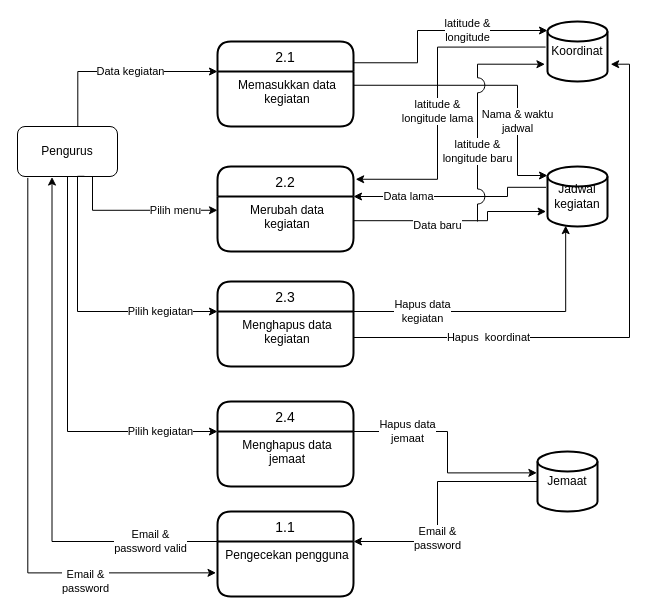
Before: page "DFD lvl 2 pengurus" (5 of 7) of DFD.drawio in Raymond-15/requirements, a draw.io diagram. Source tidied: cells renumbered, new cells numbered last; positions are measured from the earlier drawing's top-left corner, leaving out a move shared by most shapes. Both pictures are drawn from the tidied source at 100%, with x=0, y=0 at pixel (17, 21).
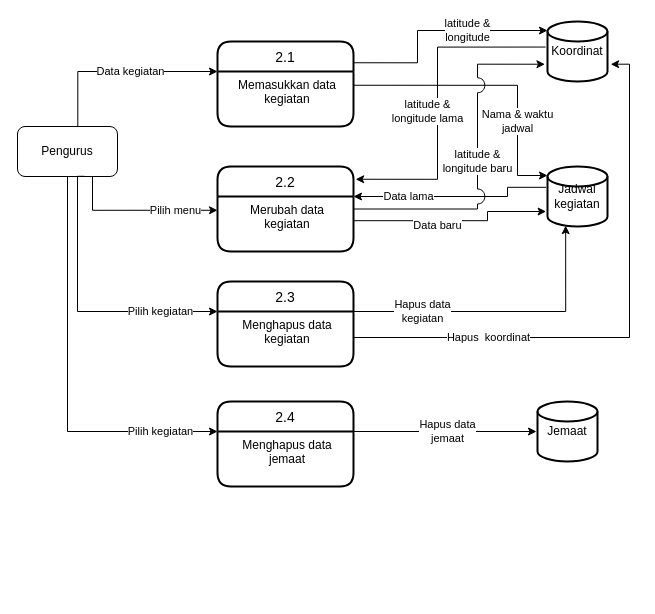
After the change.

The change refers to these unchanged cells:
```xml
<mxCell id="2" value="Pengurus" style="rounded=1;whiteSpace=wrap;html=1;" parent="1" vertex="1">
  <mxGeometry y="105" width="100" height="50" as="geometry" />
</mxCell>
<mxCell id="7" value="Koordinat" style="strokeWidth=2;html=1;shape=mxgraph.flowchart.database;whiteSpace=wrap;" parent="1" vertex="1">
  <mxGeometry x="530" width="60" height="60" as="geometry" />
</mxCell>
<mxCell id="11" value="2.2" style="swimlane;horizontal=1;startSize=30;rounded=1;fontSize=14;fontStyle=0;strokeWidth=2;shadow=0;dashed=0;align=center;verticalAlign=middle;" parent="1" vertex="1">
  <mxGeometry x="200" y="145" width="136" height="85" as="geometry" />
</mxCell>
<mxCell id="16" value="Menghapus data&#10;jemaat" style="align=center;strokeColor=none;fillColor=none;spacingLeft=4;fontSize=12;verticalAlign=top;" parent="15" vertex="1">
  <mxGeometry y="30" width="136" height="55" as="geometry" />
</mxCell>
```

The edit, as a diff of the source:
```diff
@@
-    <mxCell id="3" value="1.1" style="swimlane;horizontal=1;startSize=30;rounded=1;fontSize=14;fontStyle=0;strokeWidth=2;shadow=0;dashed=0;align=center;verticalAlign=middle;" parent="1" vertex="1">
-      <mxGeometry x="200" y="490" width="136" height="85" as="geometry" />
-    </mxCell>
-    <mxCell id="4" value="Pengecekan pengguna" style="align=center;strokeColor=none;fillColor=none;spacingLeft=4;fontSize=12;verticalAlign=top;" parent="3" vertex="1">
-      <mxGeometry y="30" width="136" height="55" as="geometry" />
-    </mxCell>
-    <mxCell id="5" value="Email &amp;amp;&lt;br&gt;password" style="edgeStyle=orthogonalEdgeStyle;rounded=0;jettySize=auto;html=1;entryX=1;entryY=0;entryDx=0;entryDy=0;exitX=0;exitY=0.5;exitDx=0;exitDy=0;exitPerimeter=0;" parent="1" edge="1" source="6" target="4">
-      <mxGeometry x="0.29" relative="1" as="geometry">
-        <Array as="points">
-          <mxPoint x="420" y="460" />
-          <mxPoint x="420" y="520" />
-        </Array>
-      </mxGeometry>
-    </mxCell>
     <mxCell id="6" value="Jemaat" style="strokeWidth=2;html=1;shape=mxgraph.flowchart.database;whiteSpace=wrap;" parent="1" vertex="1">
-      <mxGeometry x="520" y="430" width="60" height="60" as="geometry" />
+      <mxGeometry x="520" y="380" width="60" height="60" as="geometry" />
     </mxCell>
@@
-    <mxCell id="17" value="Email &amp;amp;&lt;br&gt;password" style="edgeStyle=orthogonalEdgeStyle;rounded=0;jettySize=auto;html=1;entryX=-0.011;entryY=0.57;entryDx=0;entryDy=0;entryPerimeter=0;exitX=0.103;exitY=1.027;exitDx=0;exitDy=0;exitPerimeter=0;" parent="1" edge="1" source="2" target="4">
-      <mxGeometry x="0.55" y="-9" relative="1" as="geometry">
-        <Array as="points">
-          <mxPoint x="10" y="551" />
-        </Array>
-        <mxPoint x="1" as="offset" />
-      </mxGeometry>
-    </mxCell>
-    <mxCell id="18" value="Email &amp;amp;&lt;br&gt;password valid" style="edgeStyle=orthogonalEdgeStyle;rounded=0;jettySize=auto;html=1;startArrow=classic;startFill=1;endArrow=none;endFill=0;exitX=0.345;exitY=1.011;exitDx=0;exitDy=0;entryX=0;entryY=0;entryDx=0;entryDy=0;exitPerimeter=0;" parent="1" edge="1" source="2" target="4">
-      <mxGeometry x="0.75" relative="1" as="geometry">
-        <Array as="points">
-          <mxPoint x="34" y="520" />
-        </Array>
-        <mxPoint x="-1" as="offset" />
-      </mxGeometry>
-    </mxCell>
@@
-    <mxCell id="23" value="latitude &amp;amp;&lt;br&gt;longitude baru" style="edgeStyle=orthogonalEdgeStyle;rounded=0;jettySize=auto;html=1;exitX=-0.043;exitY=0.712;exitDx=0;exitDy=0;exitPerimeter=0;startArrow=classic;startFill=1;endArrow=none;endFill=0;jumpStyle=arc;jumpSize=15;" parent="1" edge="1" source="7">
-      <mxGeometry x="0.38" relative="1" as="geometry">
-        <mxPoint x="460" y="200" as="targetPoint" />
+    <mxCell id="23" value="latitude &amp;amp;&lt;br&gt;longitude baru" style="edgeStyle=orthogonalEdgeStyle;rounded=0;jettySize=auto;html=1;exitX=-0.043;exitY=0.712;exitDx=0;exitDy=0;exitPerimeter=0;startArrow=classic;startFill=1;endArrow=none;endFill=0;jumpStyle=arc;jumpSize=15;entryX=1;entryY=0.5;entryDx=0;entryDy=0;" parent="1" edge="1" source="7" target="11">
+      <mxGeometry x="-0.02" relative="1" as="geometry">
         <Array as="points">
           <mxPoint x="460" y="43" />
+          <mxPoint x="460" y="188" />
         </Array>
       </mxGeometry>
     </mxCell>
     <mxCell id="24" value="latitude &amp;amp;&lt;br&gt;longitude lama" style="edgeStyle=orthogonalEdgeStyle;rounded=0;jettySize=auto;html=1;exitX=1.016;exitY=0.15;exitDx=0;exitDy=0;entryX=-0.031;entryY=0.426;entryDx=0;entryDy=0;entryPerimeter=0;exitPerimeter=0;startArrow=classic;startFill=1;endArrow=none;endFill=0;" parent="1" edge="1" source="11" target="7">
-      <mxGeometry x="-0.07" relative="1" as="geometry">
+      <mxGeometry x="-0.07" y="10" relative="1" as="geometry">
         <Array as="points">
           <mxPoint x="420" y="158" />
           <mxPoint x="420" y="26" />
           <mxPoint x="528" y="26" />
         </Array>
       </mxGeometry>
     </mxCell>
@@
-    <mxCell id="29" value="Hapus data&lt;br&gt;jemaat" style="edgeStyle=orthogonalEdgeStyle;rounded=0;jettySize=auto;html=1;entryX=1;entryY=0;entryDx=0;entryDy=0;exitX=-0.011;exitY=0.356;exitDx=0;exitDy=0;exitPerimeter=0;endArrow=none;endFill=0;startArrow=classic;startFill=1;" parent="1" edge="1" source="6" target="16">
-      <mxGeometry x="0.52" relative="1" as="geometry">
+    <mxCell id="29" value="Hapus data&lt;br&gt;jemaat" style="edgeStyle=orthogonalEdgeStyle;rounded=0;jettySize=auto;html=1;entryX=1;entryY=0;entryDx=0;entryDy=0;endArrow=none;endFill=0;startArrow=classic;startFill=1;" parent="1" edge="1" target="16">
+      <mxGeometry x="-0.03" relative="1" as="geometry">
+        <mxPoint x="519" y="410" as="sourcePoint" />
         <Array as="points">
-          <mxPoint x="430" y="451" />
-          <mxPoint x="430" y="410" />
+          <mxPoint x="519" y="410" />
         </Array>
       </mxGeometry>
     </mxCell>
```
